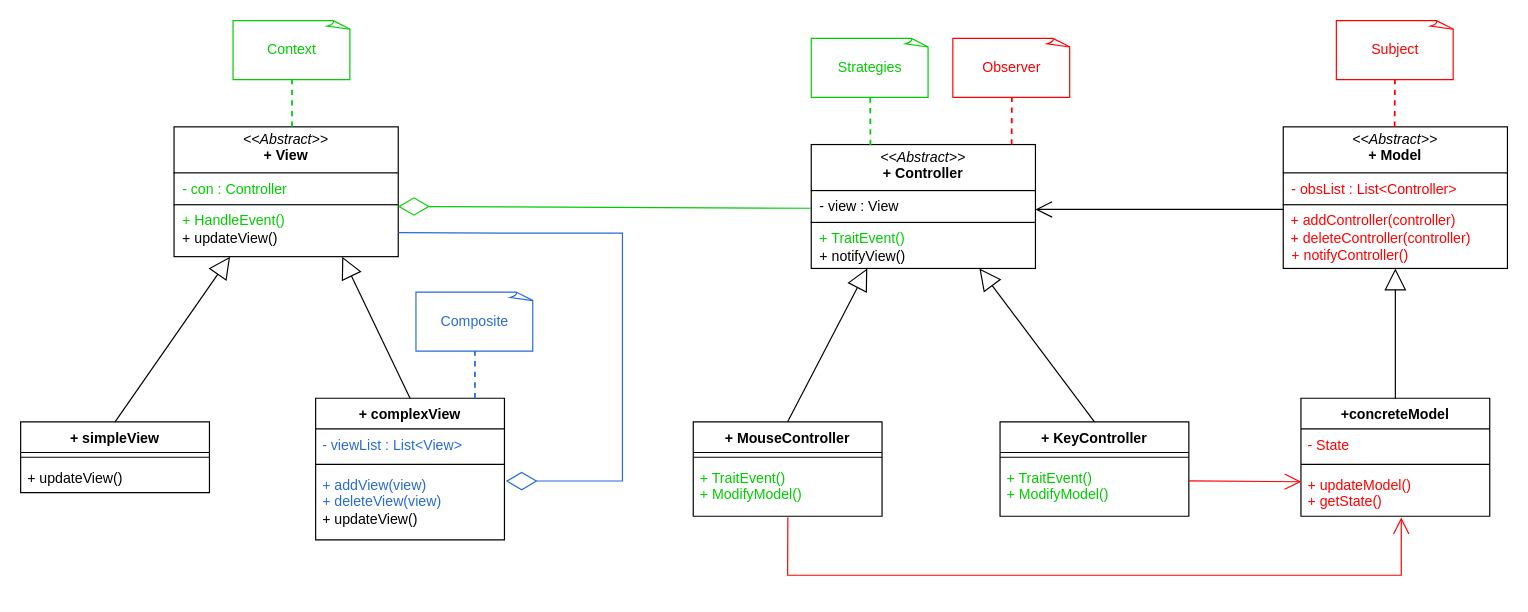
The draw.io diagram University/3rd_ING_Software/2st_Semester/Conception/course/Chapters/MVC_PAC/pac2.drawio in rabah-usthb/Documentations, before the edit. Source tidied: cells renumbered, new cells numbered last; positions are measured from the earlier drawing's top-left corner, leaving out a move shared by most shapes. Both pictures are drawn from the tidied source at 118%, with x=0, y=0 at pixel (20, 20).
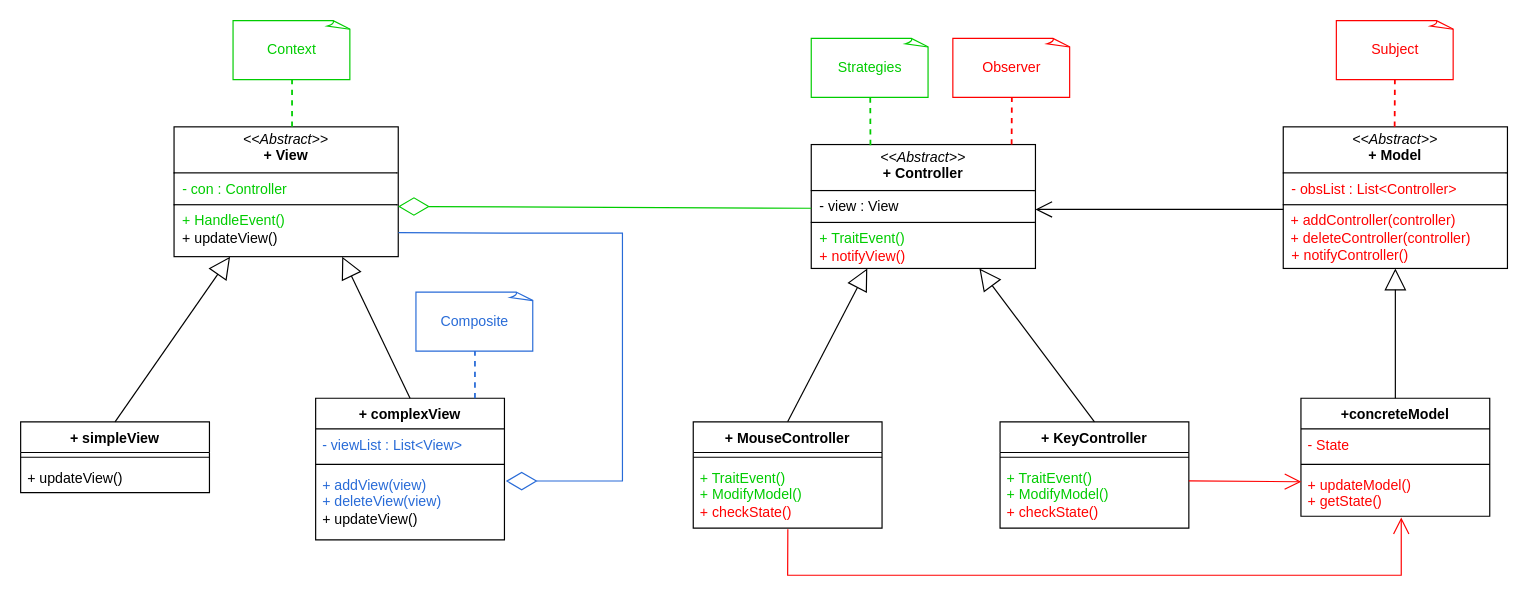
Above is the later version.

Change to the diagram source:
```diff
@@
-    <mxCell id="2" value="&lt;p style=&quot;margin:0px;margin-top:4px;text-align:center;&quot;&gt;&lt;i&gt;&amp;lt;&amp;lt;Abstract&amp;gt;&amp;gt;&lt;/i&gt;&lt;br&gt;&lt;b&gt;+ Controller&lt;/b&gt;&lt;/p&gt;&lt;hr size=&quot;1&quot; style=&quot;border-style:solid;&quot;&gt;&lt;p style=&quot;margin:0px;margin-left:4px;&quot;&gt;&amp;nbsp;- view : View&lt;/p&gt;&lt;hr size=&quot;1&quot; style=&quot;border-style:solid;&quot;&gt;&lt;p style=&quot;margin:0px;margin-left:4px;&quot;&gt;&lt;font style=&quot;color: rgb(0, 204, 0);&quot;&gt;&amp;nbsp;+ TraitEvent()&lt;/font&gt;&lt;/p&gt;&lt;p style=&quot;margin:0px;margin-left:4px;&quot;&gt;&lt;font style=&quot;color: rgb(0, 0, 0);&quot;&gt;&amp;nbsp;+ notifyView()&lt;/font&gt;&lt;/p&gt;" style="verticalAlign=top;align=left;overflow=fill;html=1;whiteSpace=wrap;fillColor=none;" parent="1" vertex="1">
+    <mxCell id="2" value="&lt;p style=&quot;margin:0px;margin-top:4px;text-align:center;&quot;&gt;&lt;i&gt;&amp;lt;&amp;lt;Abstract&amp;gt;&amp;gt;&lt;/i&gt;&lt;br&gt;&lt;b&gt;+ Controller&lt;/b&gt;&lt;/p&gt;&lt;hr size=&quot;1&quot; style=&quot;border-style:solid;&quot;&gt;&lt;p style=&quot;margin:0px;margin-left:4px;&quot;&gt;&amp;nbsp;- view : View&lt;/p&gt;&lt;hr size=&quot;1&quot; style=&quot;border-style:solid;&quot;&gt;&lt;p style=&quot;margin:0px;margin-left:4px;&quot;&gt;&lt;font style=&quot;color: rgb(0, 204, 0);&quot;&gt;&amp;nbsp;+ TraitEvent()&lt;/font&gt;&lt;/p&gt;&lt;p style=&quot;margin:0px;margin-left:4px;&quot;&gt;&lt;font style=&quot;color: rgb(255, 0, 0);&quot;&gt;&amp;nbsp;+ notifyView()&lt;/font&gt;&lt;/p&gt;" style="verticalAlign=top;align=left;overflow=fill;html=1;whiteSpace=wrap;fillColor=none;" parent="1" vertex="1">
       <mxGeometry x="670" y="105" width="190" height="105" as="geometry" />
     </mxCell>
     <mxCell id="3" value="+ MouseController" style="swimlane;fontStyle=1;align=center;verticalAlign=top;horizontal=1;startSize=26;whiteSpace=wrap;html=1;fillColor=none;" parent="1" vertex="1">
-      <mxGeometry x="570" y="340" width="160" height="80" as="geometry" />
+      <mxGeometry x="570" y="340" width="160" height="90" as="geometry" />
     </mxCell>
@@
-    <mxCell id="5" value="&lt;font style=&quot;color: rgb(0, 204, 0);&quot;&gt;+ TraitEvent()&lt;/font&gt;&lt;div&gt;&lt;font style=&quot;color: rgb(0, 204, 0);&quot;&gt;+ ModifyModel()&lt;/font&gt;&lt;/div&gt;" style="text;strokeColor=none;fillColor=none;align=left;verticalAlign=top;spacingLeft=4;spacingRight=4;overflow=hidden;points=[[0,0.5],[1,0.5]];portConstraint=eastwest;whiteSpace=wrap;html=1;" parent="3" vertex="1">
-      <mxGeometry y="34" width="160" height="46" as="geometry" />
+    <mxCell id="5" value="&lt;font style=&quot;color: rgb(0, 204, 0);&quot;&gt;+ TraitEvent()&lt;/font&gt;&lt;div&gt;&lt;font style=&quot;color: rgb(0, 204, 0);&quot;&gt;+ ModifyModel()&lt;/font&gt;&lt;/div&gt;&lt;div&gt;&lt;font style=&quot;color: rgb(0, 204, 0);&quot;&gt;&lt;span style=&quot;color: rgb(255, 0, 0);&quot;&gt;+ checkState()&lt;/span&gt;&lt;/font&gt;&lt;/div&gt;" style="text;strokeColor=none;fillColor=none;align=left;verticalAlign=top;spacingLeft=4;spacingRight=4;overflow=hidden;points=[[0,0.5],[1,0.5]];portConstraint=eastwest;whiteSpace=wrap;html=1;" parent="3" vertex="1">
+      <mxGeometry y="34" width="160" height="56" as="geometry" />
     </mxCell>
     <mxCell id="6" value="+ KeyController" style="swimlane;fontStyle=1;align=center;verticalAlign=top;horizontal=1;startSize=26;whiteSpace=wrap;html=1;fillColor=none;" parent="1" vertex="1">
-      <mxGeometry x="830" y="340" width="160" height="80" as="geometry" />
+      <mxGeometry x="830" y="340" width="160" height="90" as="geometry" />
     </mxCell>
@@
-    <mxCell id="8" value="&lt;font style=&quot;color: rgb(0, 204, 0);&quot;&gt;+ TraitEvent()&lt;/font&gt;&lt;div&gt;&lt;font style=&quot;color: rgb(0, 204, 0);&quot;&gt;+ ModifyModel()&lt;/font&gt;&lt;/div&gt;" style="text;strokeColor=none;fillColor=none;align=left;verticalAlign=top;spacingLeft=4;spacingRight=4;overflow=hidden;whiteSpace=wrap;html=1;" parent="6" vertex="1">
-      <mxGeometry y="34" width="160" height="46" as="geometry" />
+    <mxCell id="8" value="&lt;font style=&quot;color: rgb(0, 204, 0);&quot;&gt;+ TraitEvent()&lt;/font&gt;&lt;div&gt;&lt;font style=&quot;color: rgb(0, 204, 0);&quot;&gt;+ ModifyModel()&lt;/font&gt;&lt;/div&gt;&lt;div&gt;&lt;font style=&quot;color: rgb(255, 0, 0);&quot;&gt;+ checkState()&lt;/font&gt;&lt;/div&gt;" style="text;strokeColor=none;fillColor=none;align=left;verticalAlign=top;spacingLeft=4;spacingRight=4;overflow=hidden;whiteSpace=wrap;html=1;" parent="6" vertex="1">
+      <mxGeometry y="34" width="160" height="56" as="geometry" />
     </mxCell>
```
